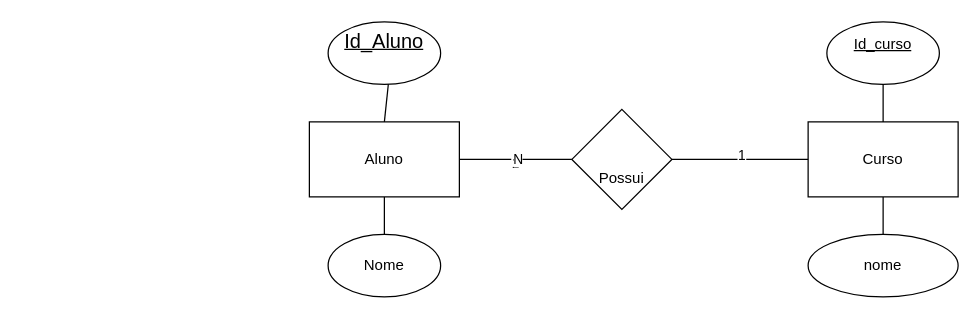
Before: BandoDeCados/AulaGuri00/primeiro.drawio in felpszg/banco_de_DADOS, a draw.io diagram. Source tidied: cells renumbered, new cells numbered last; positions are measured from the earlier drawing's top-left corner, leaving out a move shared by most shapes. Both pictures are drawn from the tidied source at 125%, with x=0, y=0 at pixel (309, 21).
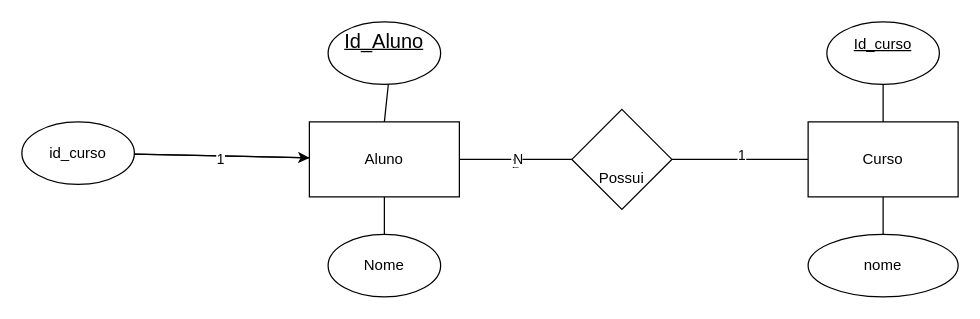
The same page after the edit.

Unchanged cells that the change refers to:
```xml
<mxCell id="2" value="Aluno" style="rounded=0;whiteSpace=wrap;html=1;" parent="1" vertex="1">
  <mxGeometry y="80" width="120" height="60" as="geometry" />
</mxCell>
```

What changed in the source:
```diff
@@
+    <mxCell id="18" style="edgeStyle=none;html=1;" parent="1" edge="1" source="19" target="2">
+      <mxGeometry relative="1" as="geometry" />
+    </mxCell>
+    <mxCell id="19" value="&lt;br&gt;id_curso&lt;div&gt;&lt;br/&gt;&lt;/div&gt;" style="ellipse;whiteSpace=wrap;html=1;shapeInside=1;" parent="1" vertex="1">
+      <mxGeometry x="-230" y="80" width="90" height="50" as="geometry" />
+    </mxCell>
+    <mxCell id="20" style="endArrow=none;html=1;" parent="1" edge="1" source="19" target="2">
+      <mxGeometry relative="1" as="geometry" />
+    </mxCell>
+    <mxCell id="21" value="1" style="edgeLabel;html=1;align=center;verticalAlign=middle;" parent="20" vertex="1">
+      <mxGeometry x="-0.02" y="-2" relative="1" as="geometry" />
+    </mxCell>
```
